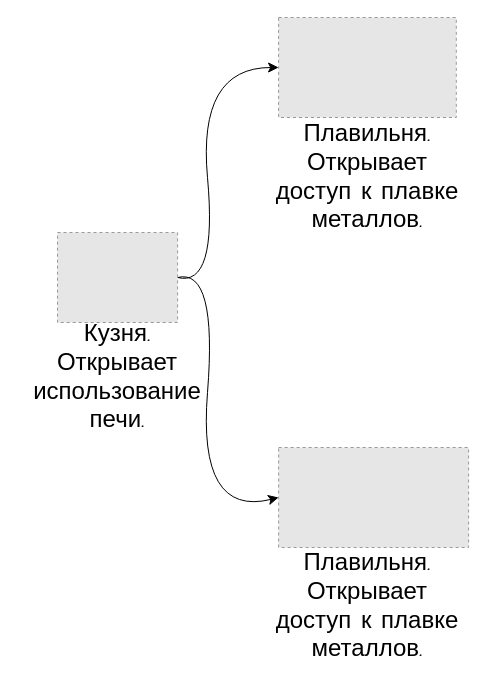
Alex-Degtyarenko/technological_tree keeps this draw.io diagram as TechnologicalTree.drawio. Above is the earlier version. Source tidied: cells renumbered, new cells numbered last; positions are measured from the earlier drawing's top-left corner, leaving out a move shared by most shapes. Both pictures are drawn from the tidied source at 100%, with x=0, y=0 at pixel (17, 17). Pictures stored in the file or linked from it are replaced by grey dashed boxes.
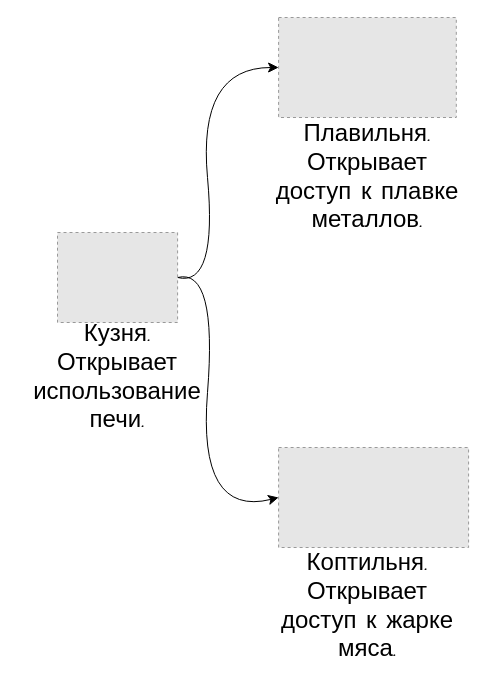
After the change.

Change to the diagram source:
```diff
@@
 <mxGraphModel>
   <root>
     <mxCell id="0" />
     <mxCell id="1" parent="0" />
     <mxCell id="2" style="edgeStyle=none;curved=1;rounded=0;jettySize=auto;html=1;exitX=1;exitY=0.5;exitDx=0;exitDy=0;entryX=0;entryY=0.5;entryDx=0;entryDy=0;fontSize=12;startSize=8;endSize=8;" parent="1" edge="1" source="4" target="6">
       <mxGeometry relative="1" as="geometry">
         <Array as="points">
           <mxPoint x="200" y="270" />
           <mxPoint x="180" y="50" />
         </Array>
       </mxGeometry>
     </mxCell>
     <mxCell id="3" style="edgeStyle=none;curved=1;rounded=0;jettySize=auto;html=1;exitX=1;exitY=0.5;exitDx=0;exitDy=0;entryX=0;entryY=0.5;entryDx=0;entryDy=0;fontSize=12;startSize=8;endSize=8;" parent="1" edge="1" source="4" target="8">
       <mxGeometry relative="1" as="geometry">
         <Array as="points">
           <mxPoint x="200" y="250" />
           <mxPoint x="180" y="500" />
         </Array>
       </mxGeometry>
     </mxCell>
     <mxCell id="4" style="fillColor=#E6E6E6;strokeColor=#999999;dashed=1;verticalLabelPosition=bottom;verticalAlign=top;fontSize=16;" parent="1" vertex="1">
       <mxGeometry x="40" y="215" width="120.1" height="90" as="geometry" />
     </mxCell>
     <mxCell id="5" value="Кузня.&lt;br style=&quot;font-size: 24px;&quot;&gt;Открывает использование печи." style="text;html=1;strokeColor=none;fillColor=none;align=center;verticalAlign=middle;whiteSpace=wrap;rounded=0;fontSize=24;fontFamily=Comic Sans MS;labelBackgroundColor=none;" parent="1" vertex="1">
       <mxGeometry y="305" width="200" height="110" as="geometry" />
     </mxCell>
     <mxCell id="6" style="fillColor=#E6E6E6;strokeColor=#999999;dashed=1;verticalLabelPosition=bottom;verticalAlign=top;fontSize=16;" parent="1" vertex="1">
       <mxGeometry x="261.1" width="177.7" height="100" as="geometry" />
     </mxCell>
     <mxCell id="7" value="Плавильня. Открывает доступ к плавке металлов." style="text;html=1;strokeColor=none;fillColor=none;align=center;verticalAlign=middle;whiteSpace=wrap;rounded=0;fontSize=24;fontFamily=Comic Sans MS;labelBackgroundColor=none;" parent="1" vertex="1">
       <mxGeometry x="250" y="105" width="200" height="110" as="geometry" />
     </mxCell>
     <mxCell id="8" style="fillColor=#E6E6E6;strokeColor=#999999;dashed=1;verticalLabelPosition=bottom;verticalAlign=top;fontSize=16;" parent="1" vertex="1">
       <mxGeometry x="261.1" y="430" width="190" height="100" as="geometry" />
     </mxCell>
-    <mxCell id="9" value="Плавильня. Открывает доступ к плавке металлов." style="text;html=1;strokeColor=none;fillColor=none;align=center;verticalAlign=middle;whiteSpace=wrap;rounded=0;fontSize=24;fontFamily=Comic Sans MS;labelBackgroundColor=none;" parent="1" vertex="1">
+    <mxCell id="9" value="Коптильня. Открывает доступ к жарке мяса." style="text;html=1;strokeColor=none;fillColor=none;align=center;verticalAlign=middle;whiteSpace=wrap;rounded=0;fontSize=24;fontFamily=Comic Sans MS;labelBackgroundColor=none;" parent="1" vertex="1">
       <mxGeometry x="250" y="534" width="200" height="110" as="geometry" />
     </mxCell>
   </root>
 </mxGraphModel>
```
